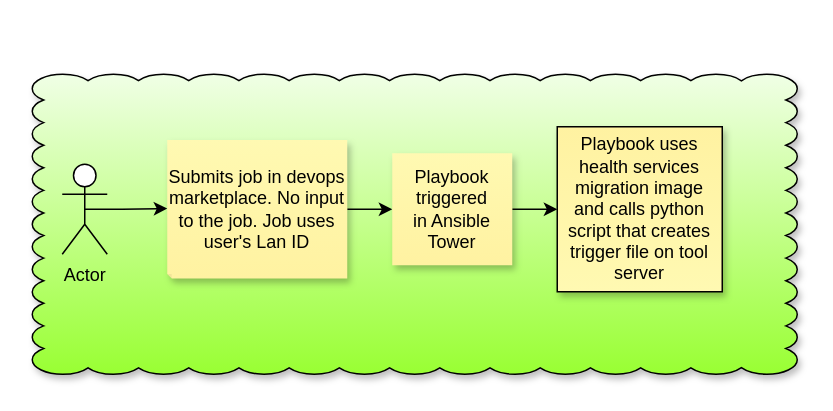
This is diagram.drawio from kpac062/hello-github-actions, a draw.io file, before an edit. Source tidied: cells renumbered, new cells numbered last; positions are measured from the earlier drawing's top-left corner, leaving out a move shared by most shapes. Both pictures are drawn from the tidied source at 150%, with x=0, y=0 at pixel (32, 74).
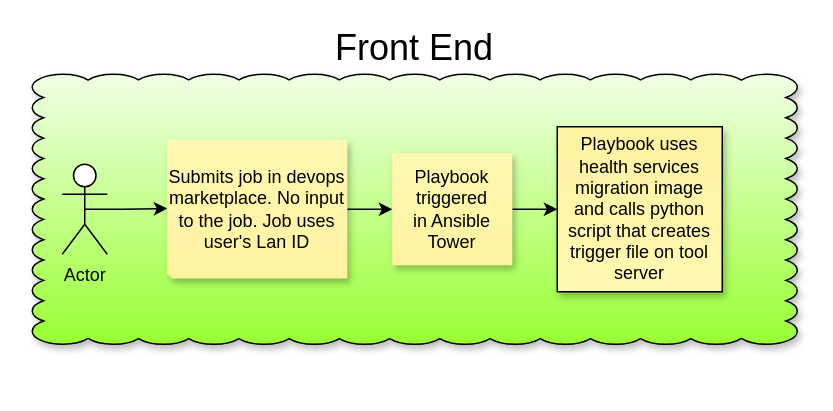
The same page after the edit.

Change to the diagram source:
```diff
@@
 <mxGraphModel>
   <root>
     <mxCell id="0" />
     <mxCell id="1" parent="0" />
-    <mxCell id="2" style="whiteSpace=wrap;html=1;shape=mxgraph.basic.cloud_rect;shadow=1;fillStyle=solid;fontFamily=Helvetica;fontSize=12;fontColor=#000000;fillColor=#99FF33;gradientColor=#F0FFE6;gradientDirection=north;labelBackgroundColor=none;" parent="1" vertex="1">
-      <mxGeometry width="510" height="200" as="geometry" />
+    <mxCell id="2" value="&lt;font style=&quot;font-size: 24px;&quot;&gt;Front End&lt;/font&gt;" style="whiteSpace=wrap;html=1;shape=mxgraph.basic.cloud_rect;shadow=1;fillStyle=solid;fontFamily=Helvetica;fontSize=12;fontColor=#000000;fillColor=#99FF33;gradientColor=#F0FFE6;gradientDirection=north;labelBackgroundColor=none;labelPosition=center;verticalLabelPosition=top;align=center;verticalAlign=bottom;" parent="1" vertex="1">
+      <mxGeometry width="510" height="180" as="geometry" />
     </mxCell>
     <mxCell id="3" style="edgeStyle=orthogonalEdgeStyle;rounded=0;jettySize=auto;html=1;exitX=0.5;exitY=0.5;exitDx=0;exitDy=0;exitPerimeter=0;entryX=0;entryY=0.492;entryDx=0;entryDy=0;entryPerimeter=0;" parent="1" edge="1" source="4">
       <mxGeometry relative="1" as="geometry">
         <mxPoint x="90" y="89.5" as="targetPoint" />
         <Array as="points">
           <mxPoint x="60" y="90" />
           <mxPoint x="60" y="90" />
         </Array>
       </mxGeometry>
     </mxCell>
     <mxCell id="4" value="Actor" style="shape=umlActor;verticalLabelPosition=bottom;verticalAlign=top;html=1;outlineConnect=0;" parent="1" vertex="1">
       <mxGeometry x="20" y="60" width="30" height="60" as="geometry" />
     </mxCell>
     <mxCell id="5" style="edgeStyle=orthogonalEdgeStyle;rounded=0;jettySize=auto;html=1;exitX=0;exitY=0.5;exitDx=0;exitDy=0;exitPerimeter=0;entryX=0;entryY=0;entryDx=80;entryDy=37.375;entryPerimeter=0;fontFamily=Helvetica;fontSize=12;fontColor=#000000;" parent="1" edge="1" source="6" target="8">
       <mxGeometry relative="1" as="geometry" />
     </mxCell>
     <mxCell id="6" value="Submits job in devops marketplace. No input to the job. Job uses user's Lan ID" style="shape=note;whiteSpace=wrap;html=1;backgroundOutline=1;fontColor=#000000;darkOpacity=0.05;fillColor=#FFF9B2;strokeColor=none;fillStyle=solid;direction=west;gradientDirection=north;gradientColor=#FFF2A1;shadow=1;size=3;" parent="1" vertex="1">
       <mxGeometry x="90" y="43.8" width="120" height="92.4" as="geometry" />
     </mxCell>
     <mxCell id="7" style="edgeStyle=orthogonalEdgeStyle;rounded=0;jettySize=auto;html=1;exitX=0;exitY=0.5;exitDx=0;exitDy=0;exitPerimeter=0;entryX=0;entryY=0.5;entryDx=0;entryDy=0;fontFamily=Helvetica;fontSize=12;fontColor=#000000;" parent="1" edge="1" source="8" target="9">
       <mxGeometry relative="1" as="geometry" />
     </mxCell>
     <mxCell id="8" value="Playbook triggered&lt;br&gt;in Ansible Tower" style="shape=note;whiteSpace=wrap;html=1;backgroundOutline=1;fontColor=#000000;darkOpacity=0.05;fillColor=#FFF9B2;strokeColor=none;fillStyle=solid;direction=west;gradientDirection=north;gradientColor=#FFF2A1;shadow=1;size=0;fontFamily=Helvetica;fontSize=12;" parent="1" vertex="1">
       <mxGeometry x="240" y="52.6" width="80" height="74.8" as="geometry" />
     </mxCell>
     <mxCell id="9" value="Playbook uses health services migration image and calls python script that creates trigger file on tool server" style="whiteSpace=wrap;html=1;shadow=1;fillStyle=solid;fontFamily=Helvetica;fontSize=12;fontColor=#000000;fillColor=#FFF9B2;gradientColor=#FFF2A1;gradientDirection=north;" parent="1" vertex="1">
       <mxGeometry x="350" y="35" width="110" height="110" as="geometry" />
     </mxCell>
   </root>
 </mxGraphModel>
```
